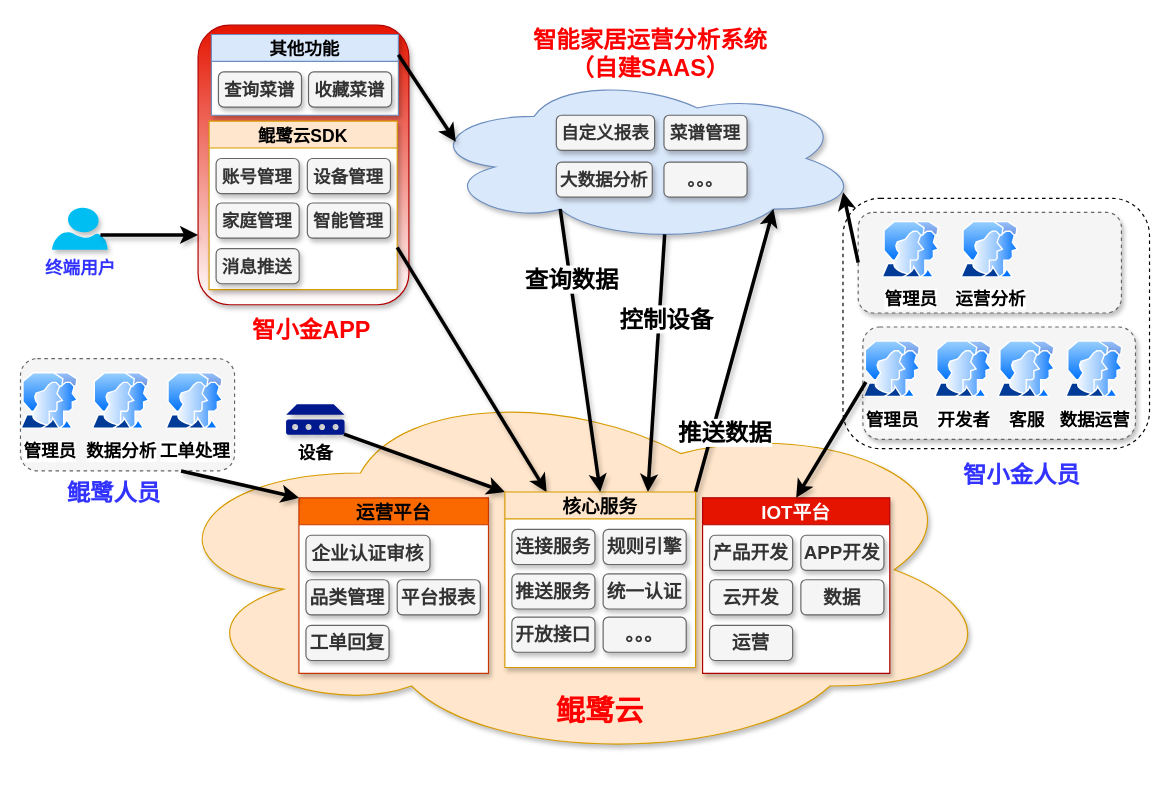
The draw.io diagram all.drawio in jimmy0/chart, before the edit. Source tidied: cells renumbered, new cells numbered last; positions are measured from the earlier drawing's top-left corner, leaving out a move shared by most shapes. Both pictures are drawn from the tidied source at 117%, with x=0, y=0 at pixel (20, 25).
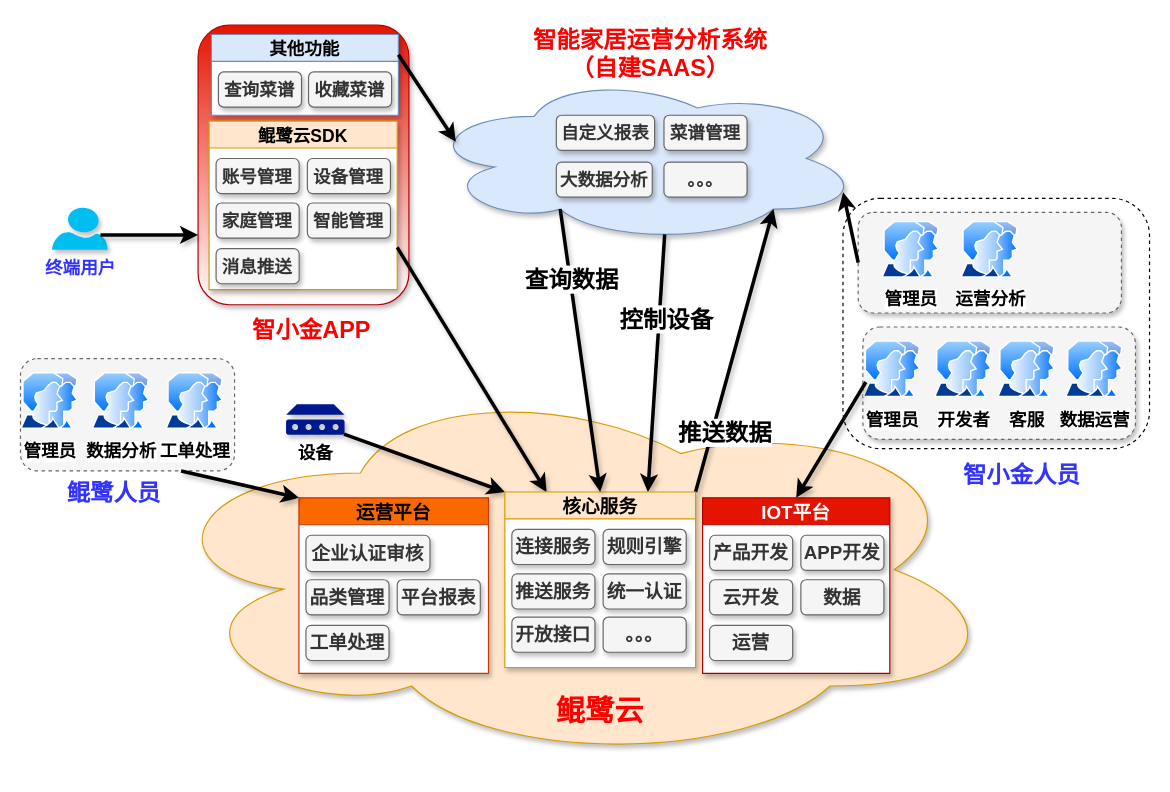
After the change.

Unchanged cells that the change refers to:
```xml
<mxCell id="29" value="运营平台" style="swimlane;fontSize=16;strokeColor=#C73500;swimlaneFillColor=#ffffff;fillColor=#fa6800;fontColor=#000000;shadow=1;" parent="1" vertex="1">
  <mxGeometry x="238" y="404" width="162" height="150" as="geometry" />
</mxCell>
```

What changed in the source:
```diff
@@
-    <mxCell id="33" value="工单回复" style="rounded=1;whiteSpace=wrap;html=1;fontSize=16;fontStyle=1;fillColor=#f5f5f5;strokeColor=#666666;fontColor=#333333;shadow=1;" parent="29" vertex="1">
+    <mxCell id="33" value="工单处理" style="rounded=1;whiteSpace=wrap;html=1;fontSize=16;fontStyle=1;fillColor=#f5f5f5;strokeColor=#666666;fontColor=#333333;shadow=1;" parent="29" vertex="1">
       <mxGeometry x="6" y="109" width="71" height="30" as="geometry" />
     </mxCell>
```
